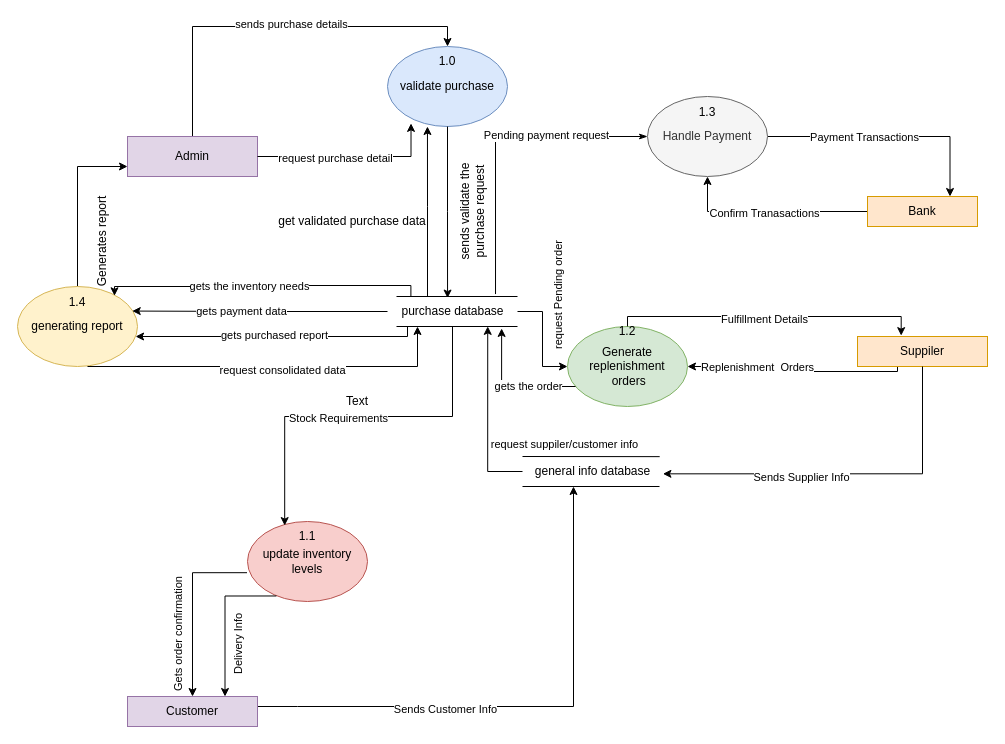
The draw.io diagram Payment level 1.drawio in pawal-karki/DRAW.IO, before the edit. Source tidied: cells renumbered, new cells numbered last; positions are measured from the earlier drawing's top-left corner, leaving out a move shared by most shapes. Both pictures are drawn from the tidied source at 100%, with x=0, y=0 at pixel (-3, 46).
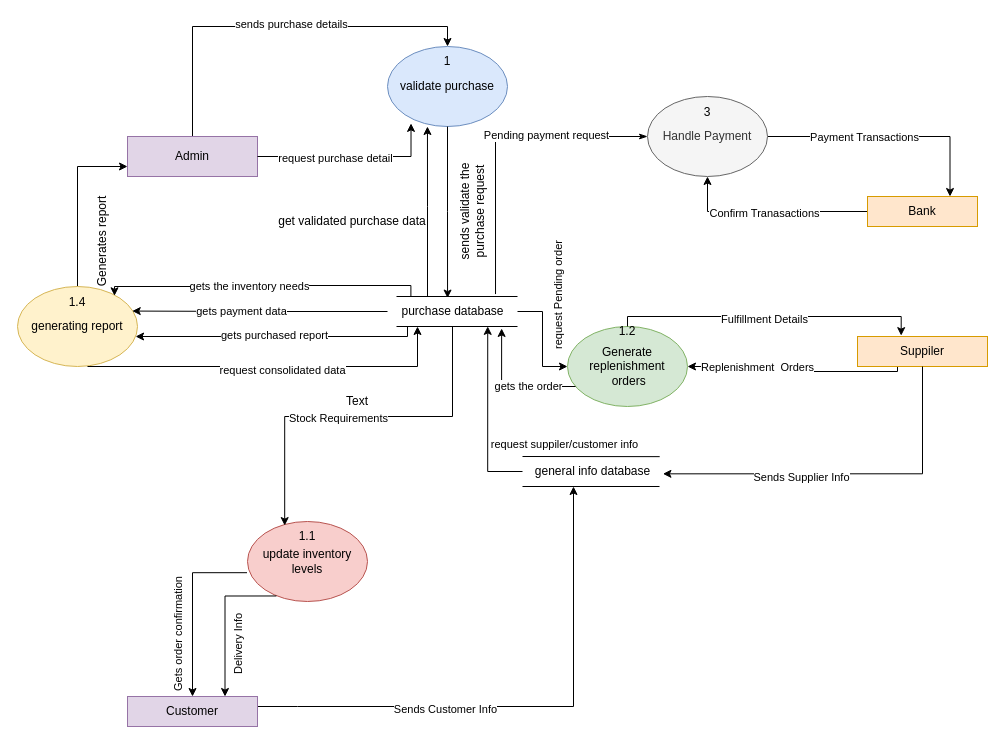
The same diagram, later.

The edit, as a diff of the source:
```diff
@@
-    <mxCell id="61" value="1.0" style="text;html=1;align=center;verticalAlign=middle;whiteSpace=wrap;rounded=0;" parent="1" vertex="1">
+    <mxCell id="61" value="1" style="text;html=1;align=center;verticalAlign=middle;whiteSpace=wrap;rounded=0;" parent="1" vertex="1">
       <mxGeometry x="420" width="60" height="30" as="geometry" />
     </mxCell>
@@
-    <mxCell id="65" value="1.3" style="text;html=1;align=center;verticalAlign=middle;whiteSpace=wrap;rounded=0;" parent="1" vertex="1">
+    <mxCell id="65" value="3" style="text;html=1;align=center;verticalAlign=middle;whiteSpace=wrap;rounded=0;" parent="1" vertex="1">
       <mxGeometry x="680" y="51" width="60" height="30" as="geometry" />
     </mxCell>
```
